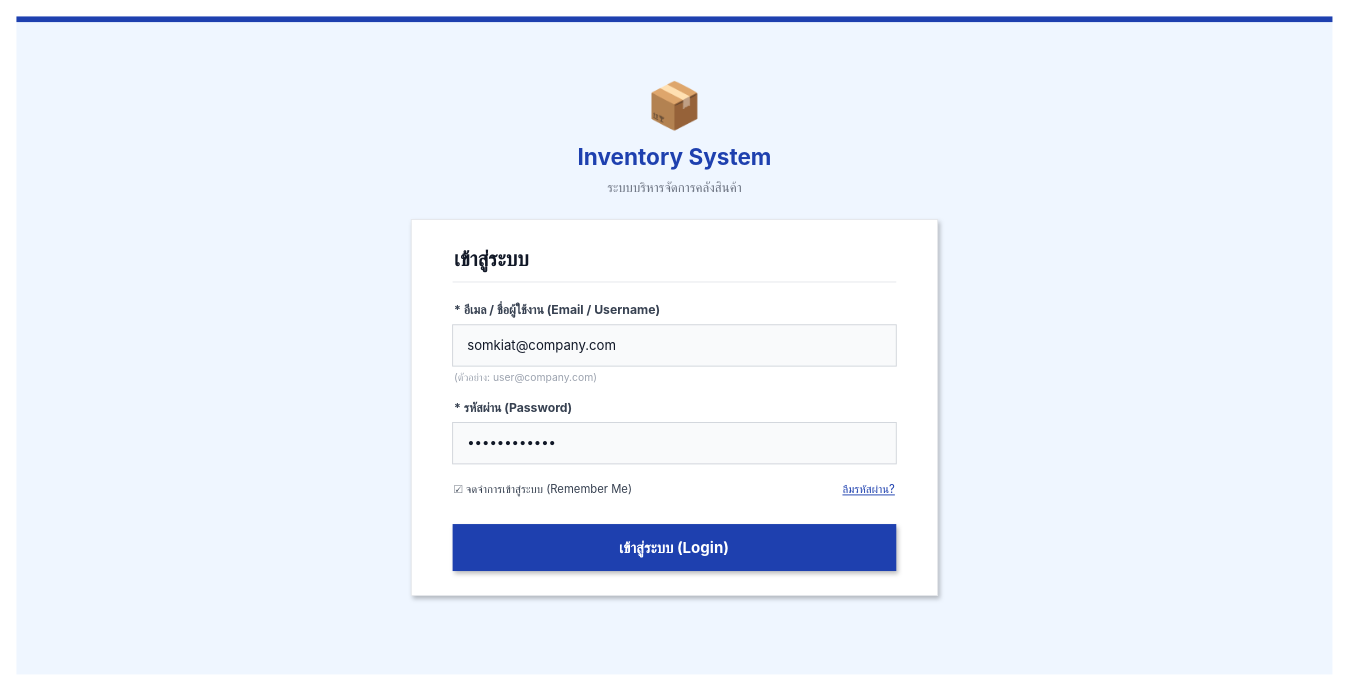
Before: page "00 - Login" (1 of 3) of assets/mockup-inventory-system.drawio in jaran101/team-09-inventory, a draw.io diagram. Source tidied: cells renumbered, new cells numbered last; positions are measured from the earlier drawing's top-left corner, leaving out a move shared by most shapes. Both pictures are drawn from the tidied source at 94%, with x=0, y=0 at pixel (16, 16).
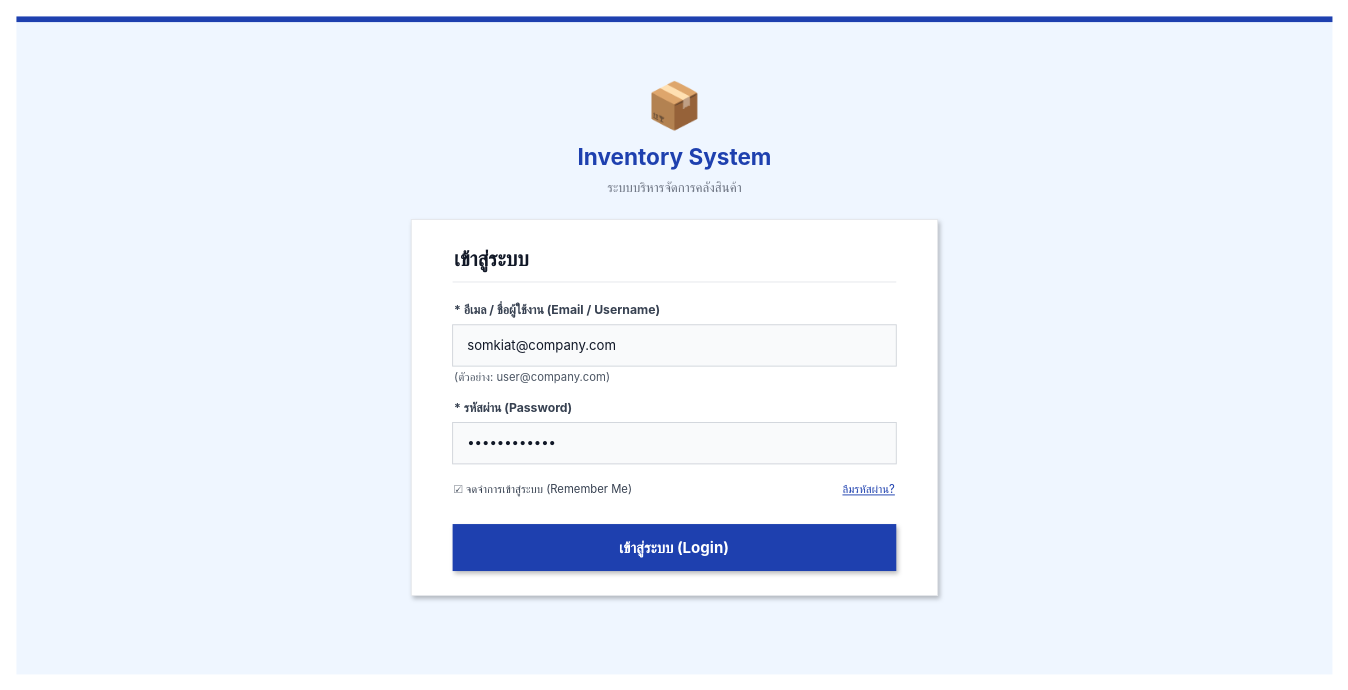
Above is the later version.

What changed in the source:
```diff
@@
 <mxGraphModel>
   <root>
     <mxCell id="0" />
     <mxCell id="1" parent="0" />
     <mxCell id="2" style="rounded=0;whiteSpace=wrap;html=1;fillColor=#EFF6FF;strokeColor=none;shadow=0;" parent="1" vertex="1">
       <mxGeometry width="1400" height="700" as="geometry" />
     </mxCell>
     <mxCell id="3" style="rounded=0;whiteSpace=wrap;html=1;fillColor=#1E40AF;strokeColor=none;shadow=0;" parent="1" vertex="1">
       <mxGeometry width="1400" height="6" as="geometry" />
     </mxCell>
     <mxCell id="4" value="📦" style="text;html=1;align=center;verticalAlign=middle;strokeColor=none;fillColor=none;fontSize=48;" parent="1" vertex="1">
       <mxGeometry x="660" y="60" width="80" height="70" as="geometry" />
     </mxCell>
     <mxCell id="5" value="Inventory System" style="text;html=1;align=center;verticalAlign=middle;strokeColor=none;fillColor=none;fontColor=#1E40AF;fontSize=24;fontStyle=1;fontFamily=Inter;" parent="1" vertex="1">
       <mxGeometry x="570" y="130" width="260" height="40" as="geometry" />
     </mxCell>
     <mxCell id="6" value="ระบบบริหารจัดการคลังสินค้า" style="text;html=1;align=center;verticalAlign=middle;strokeColor=none;fillColor=none;fontColor=#6B7280;fontSize=14;fontFamily=Inter;" parent="1" vertex="1">
       <mxGeometry x="560" y="168" width="280" height="28" as="geometry" />
     </mxCell>
     <mxCell id="7" style="rounded=16;whiteSpace=wrap;html=1;fillColor=#FFFFFF;strokeColor=#E5E7EB;shadow=1;" parent="1" vertex="1">
       <mxGeometry x="420" y="216" width="560" height="400" as="geometry" />
     </mxCell>
     <mxCell id="8" value="เข้าสู่ระบบ" style="text;html=1;align=left;verticalAlign=middle;strokeColor=none;fillColor=none;fontColor=#111827;fontSize=22;fontStyle=1;fontFamily=Inter;" parent="1" vertex="1">
       <mxGeometry x="464" y="240" width="150" height="36" as="geometry" />
     </mxCell>
     <mxCell id="9" style="line;html=1;strokeWidth=1;strokeColor=#E5E7EB;" parent="1" vertex="1">
       <mxGeometry x="464" y="282" width="472" height="1" as="geometry" />
     </mxCell>
     <mxCell id="10" value="* อีเมล / ชื่อผู้ใช้งาน (Email / Username)" style="text;html=1;align=left;verticalAlign=middle;strokeColor=none;fillColor=none;fontColor=#374151;fontSize=13;fontFamily=Inter;fontStyle=1;" parent="1" vertex="1">
       <mxGeometry x="464" y="300" width="330" height="24" as="geometry" />
     </mxCell>
     <mxCell id="11" value="somkiat@company.com" style="rounded=8;whiteSpace=wrap;html=1;fillColor=#F9FAFB;strokeColor=#D1D5DB;fontColor=#111827;fontSize=14;fontFamily=Inter;align=left;spacingLeft=14;" parent="1" vertex="1">
       <mxGeometry x="464" y="328" width="472" height="44" as="geometry" />
     </mxCell>
-    <mxCell id="12" value="(ตัวอย่าง: user@company.com)" style="text;html=1;align=left;verticalAlign=middle;strokeColor=none;fillColor=none;fontColor=#9CA3AF;fontSize=11;fontFamily=Inter;" parent="1" vertex="1">
+    <mxCell id="12" value="(ตัวอย่าง: user@company.com)" style="text;html=1;align=left;verticalAlign=middle;strokeColor=none;fillColor=none;fontColor=#4B5563;fontSize=12;fontFamily=Inter;" parent="1" vertex="1">
       <mxGeometry x="464" y="374" width="230" height="20" as="geometry" />
     </mxCell>
     <mxCell id="13" value="* รหัสผ่าน (Password)" style="text;html=1;align=left;verticalAlign=middle;strokeColor=none;fillColor=none;fontColor=#374151;fontSize=13;fontFamily=Inter;fontStyle=1;" parent="1" vertex="1">
       <mxGeometry x="464" y="404" width="180" height="24" as="geometry" />
     </mxCell>
     <mxCell id="14" value="••••••••••••" style="rounded=8;whiteSpace=wrap;html=1;fillColor=#F9FAFB;strokeColor=#D1D5DB;fontColor=#111827;fontSize=14;fontFamily=Inter;align=left;spacingLeft=14;" parent="1" vertex="1">
       <mxGeometry x="464" y="432" width="472" height="44" as="geometry" />
     </mxCell>
     <mxCell id="15" value="☑ จดจำการเข้าสู่ระบบ (Remember Me)" style="text;html=1;align=left;verticalAlign=middle;strokeColor=none;fillColor=none;fontColor=#374151;fontSize=12;fontFamily=Inter;" parent="1" vertex="1">
       <mxGeometry x="464" y="492" width="280" height="24" as="geometry" />
     </mxCell>
     <mxCell id="16" value="ลืมรหัสผ่าน?" style="text;html=1;align=right;verticalAlign=middle;strokeColor=none;fillColor=none;fontColor=#1E40AF;fontSize=12;fontFamily=Inter;fontStyle=4;" parent="1" vertex="1">
       <mxGeometry x="826" y="492" width="110" height="24" as="geometry" />
     </mxCell>
     <mxCell id="17" value="เข้าสู่ระบบ (Login)" style="rounded=10;whiteSpace=wrap;html=1;fillColor=#1E40AF;strokeColor=none;fontColor=#FFFFFF;fontSize=16;fontStyle=1;fontFamily=Inter;shadow=1;" parent="1" vertex="1">
       <mxGeometry x="464" y="540" width="472" height="50" as="geometry" />
     </mxCell>
   </root>
 </mxGraphModel>
```
